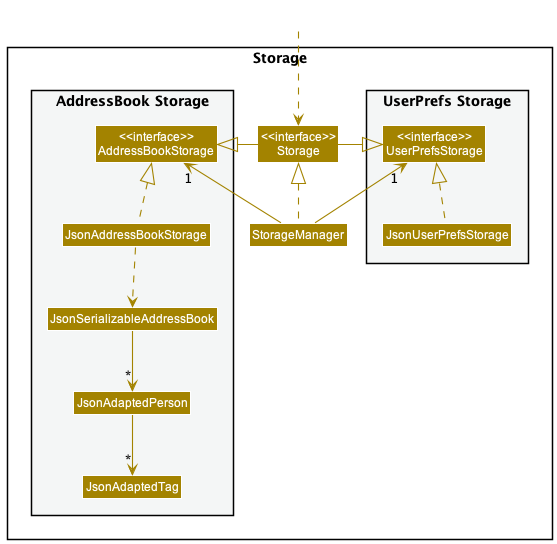
The PlantUML diagram docs/images/StorageClassDiagram.png in nus-cs2103-AY2223S2/tp, before a commit.
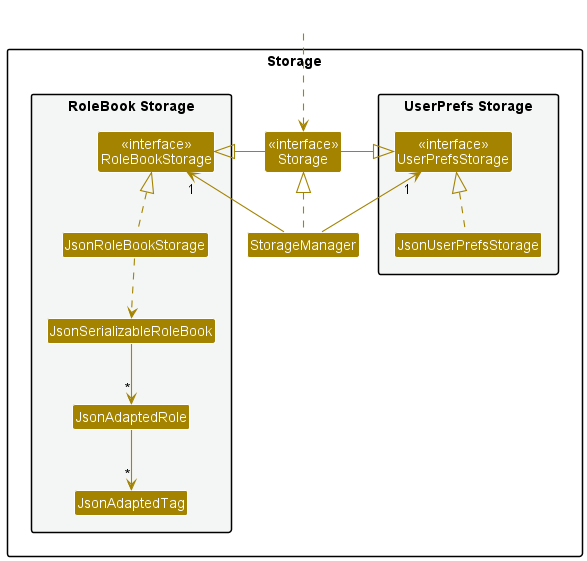
The same diagram one commit later.

Change to the diagram source:
```diff
@@ -11,33 +11,33 @@
 Class JsonUserPrefsStorage
 }
 
-Class "<<interface>>\nStorage" as Storage
+Class "<<interface>>\nStorage" as Storage2
 Class StorageManager
 
-package "AddressBook Storage" #F4F6F6{
-Class "<<interface>>\nAddressBookStorage" as AddressBookStorage
-Class JsonAddressBookStorage
-Class JsonSerializableAddressBook
-Class JsonAdaptedPerson
+package "RoleBook Storage" #F4F6F6{
+Class "<<interface>>\nRoleBookStorage" as RoleBookStorage
+Class JsonRoleBookStorage
+Class JsonSerializableRoleBook
+Class JsonAdaptedRole
 Class JsonAdaptedTag
 }
 
 }
 
 Class HiddenOutside #FFFFFF
-HiddenOutside ..> Storage
+HiddenOutside ..> Storage2
 
-StorageManager .up.|> Storage
+StorageManager .up.|> Storage2
 StorageManager -up-> "1" UserPrefsStorage
-StorageManager -up-> "1" AddressBookStorage
+StorageManager -up-> "1" RoleBookStorage
 
-Storage -left-|> UserPrefsStorage
-Storage -right-|> AddressBookStorage
+Storage2 -left-|> UserPrefsStorage
+Storage2 -right-|> RoleBookStorage
 
 JsonUserPrefsStorage .up.|> UserPrefsStorage
-JsonAddressBookStorage .up.|> AddressBookStorage
-JsonAddressBookStorage ..> JsonSerializableAddressBook
-JsonSerializableAddressBook --> "*" JsonAdaptedPerson
-JsonAdaptedPerson --> "*" JsonAdaptedTag
+JsonRoleBookStorage .up.|> RoleBookStorage
+JsonRoleBookStorage ..> JsonSerializableRoleBook
+JsonSerializableRoleBook --> "*" JsonAdaptedRole
+JsonAdaptedRole --> "*" JsonAdaptedTag
 
 @enduml
```
